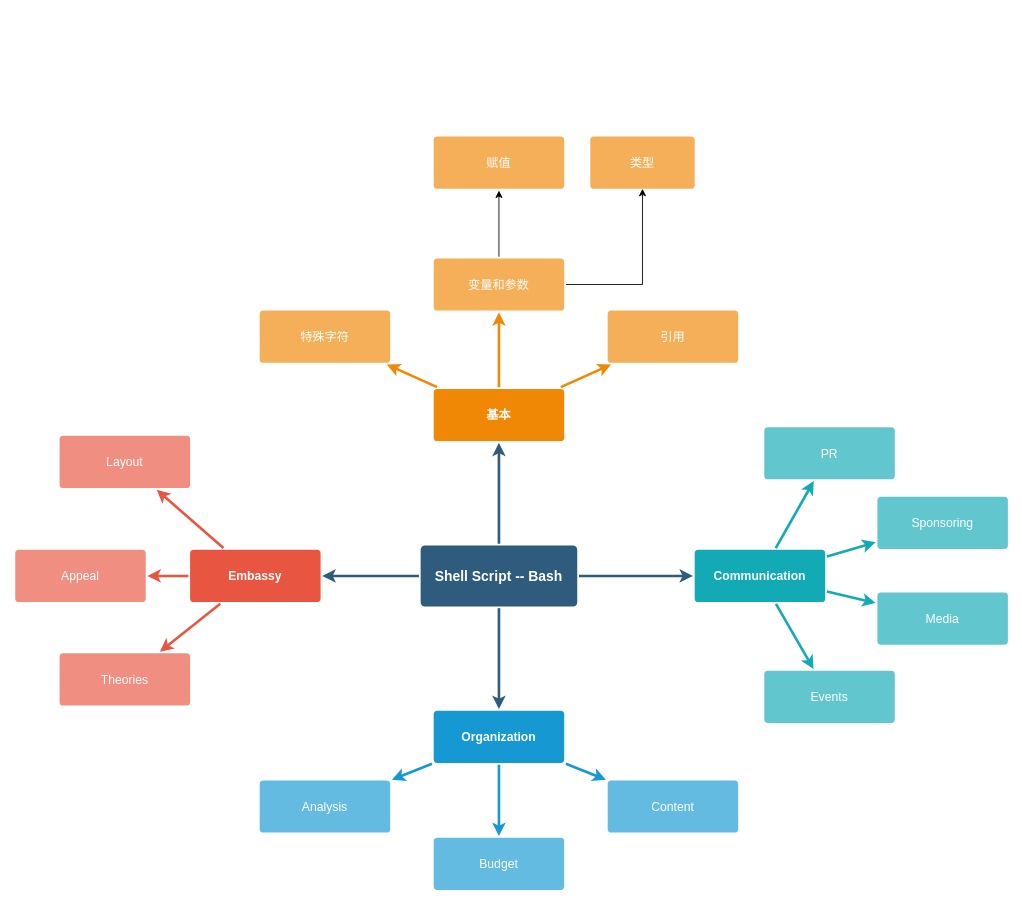
Before: Bash/shell.drawio in cherubic/drawio, a draw.io diagram. Source tidied: cells renumbered, new cells numbered last; positions are measured from the earlier drawing's top-left corner, leaving out a move shared by most shapes. Both pictures are drawn from the tidied source at 87%, with x=0, y=0 at pixel (15, 136).
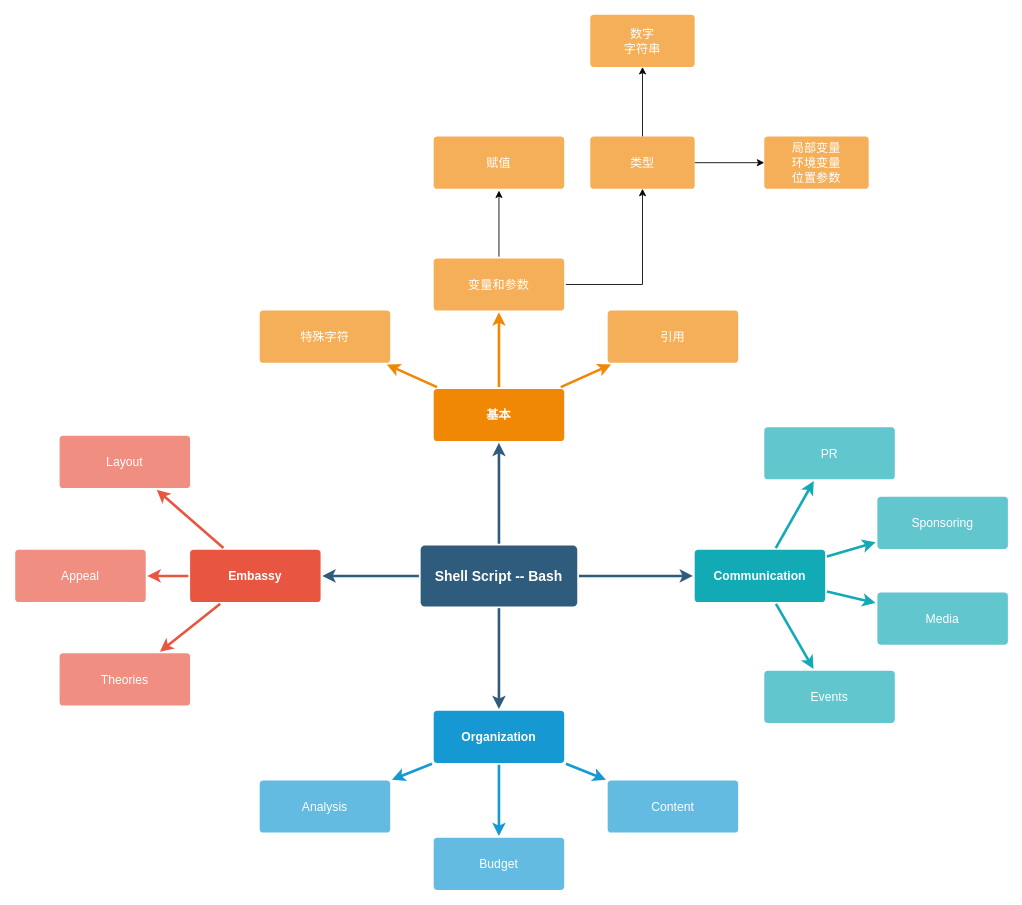
The same diagram, later.

Unchanged cells that the change refers to:
```xml
<mxCell id="40" value="类型" style="whiteSpace=wrap;html=1;fontSize=14;fillColor=#f5af58;strokeColor=none;fontColor=#FFFFFF;rounded=1;shadow=0;labelBackgroundColor=none;strokeWidth=3;spacing=5;arcSize=7;" parent="1" vertex="1">
  <mxGeometry x="661" y="0.5" width="120" height="60" as="geometry" />
</mxCell>
```

What changed in the source:
```diff
@@
+    <mxCell id="41" style="edgeStyle=orthogonalEdgeStyle;rounded=0;jettySize=auto;html=1;" parent="1" edge="1" source="40" target="43">
+      <mxGeometry relative="1" as="geometry" />
+    </mxCell>
+    <mxCell id="42" style="edgeStyle=orthogonalEdgeStyle;rounded=0;jettySize=auto;html=1;" parent="1" edge="1" source="40" target="44">
+      <mxGeometry relative="1" as="geometry" />
+    </mxCell>
@@
+    <mxCell id="43" value="局部变量&lt;br&gt;环境变量&lt;br&gt;位置参数" style="whiteSpace=wrap;html=1;fontSize=14;fillColor=#f5af58;strokeColor=none;fontColor=#FFFFFF;rounded=1;shadow=0;labelBackgroundColor=none;strokeWidth=3;spacing=5;arcSize=7;" parent="1" vertex="1">
+      <mxGeometry x="861" y="0.5" width="120" height="60" as="geometry" />
+    </mxCell>
+    <mxCell id="44" value="数字&lt;br&gt;字符串" style="whiteSpace=wrap;html=1;fontSize=14;fillColor=#f5af58;strokeColor=none;fontColor=#FFFFFF;rounded=1;shadow=0;labelBackgroundColor=none;strokeWidth=3;spacing=5;arcSize=7;" parent="1" vertex="1">
+      <mxGeometry x="661" y="-139.5" width="120" height="60" as="geometry" />
+    </mxCell>
```
